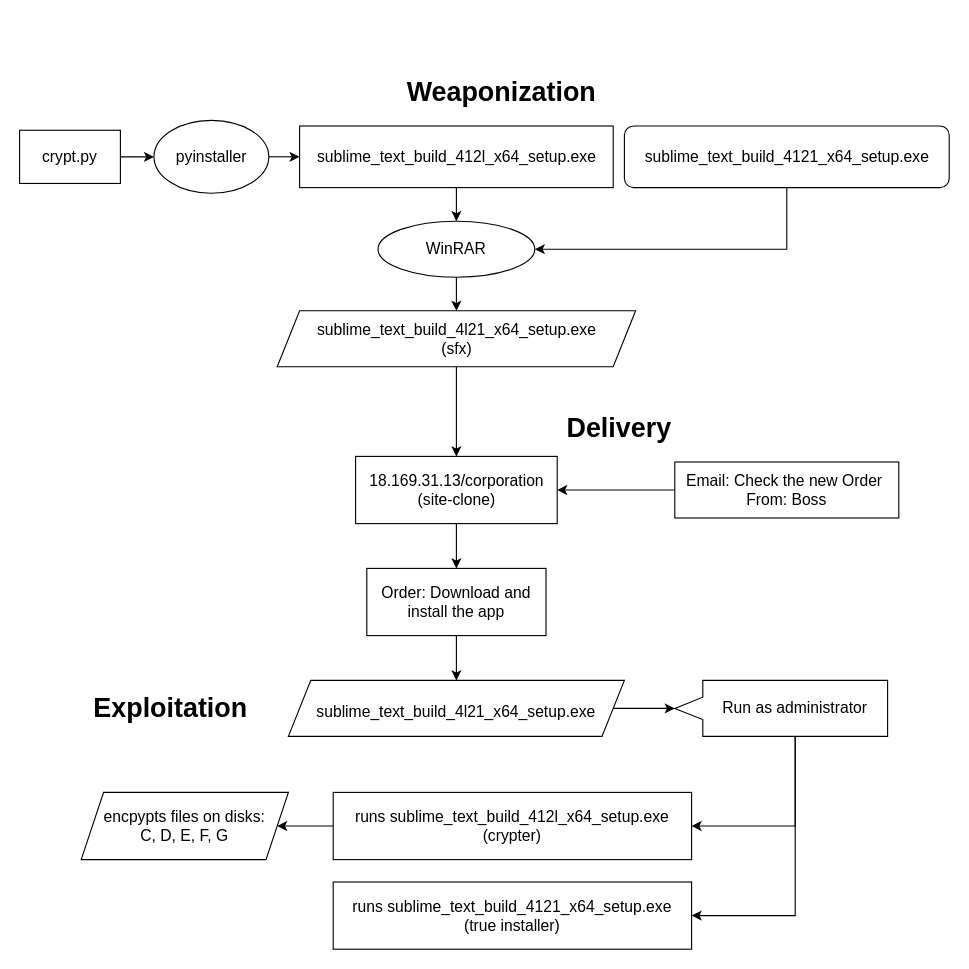
This is page "Page-2" (2 of 2) of attack_scheme/attack_scheme.drawio from KATEHOK/Project-practice, a draw.io file, before an edit. Source tidied: cells renumbered, new cells numbered last; positions are measured from the earlier drawing's top-left corner, leaving out a move shared by most shapes. Both pictures are drawn from the tidied source at 112%, with x=0, y=0 at pixel (19, 75).
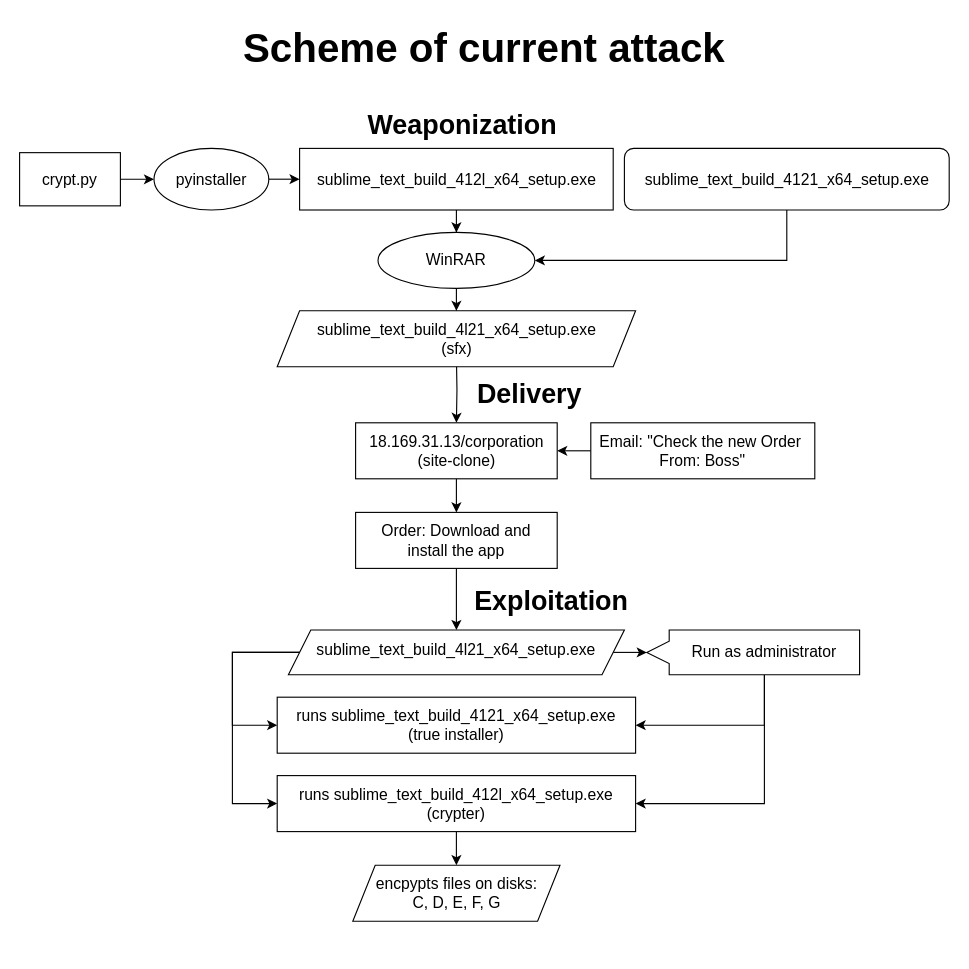
Above is the later version.

Unchanged cells that the change refers to:
```xml
<mxCell id="11" style="shape=parallelogram;perimeter=parallelogramPerimeter;whiteSpace=wrap;html=1;fixedSize=1;fontSize=14;align=left;" parent="1" vertex="1">
  <mxGeometry x="230" y="210" width="320" height="50" as="geometry" />
</mxCell>
```

What changed in the source:
```diff
@@
     <mxCell id="3" style="rounded=0;whiteSpace=wrap;html=1;fontSize=14;align=left;" parent="1" vertex="1">
-      <mxGeometry x="250" y="45" width="280" height="55" as="geometry" />
+      <mxGeometry x="250" y="65" width="280" height="55" as="geometry" />
     </mxCell>
     <mxCell id="4" value="sublime_text_build_412l_x64_setup.exe" style="text;html=1;align=center;verticalAlign=middle;fillColor=none;strokeColor=none;rounded=0;fontSize=14;" parent="1" vertex="1">
-      <mxGeometry x="260" y="62.5" width="260" height="20" as="geometry" />
+      <mxGeometry x="260" y="82.5" width="260" height="20" as="geometry" />
     </mxCell>
@@
     <mxCell id="6" style="rounded=1;whiteSpace=wrap;html=1;fontSize=14;align=left;" parent="1" vertex="1">
-      <mxGeometry x="540" y="45" width="290" height="55" as="geometry" />
+      <mxGeometry x="540" y="65" width="290" height="55" as="geometry" />
     </mxCell>
     <mxCell id="7" value="sublime_text_build_4121_x64_setup.exe" style="text;html=1;align=center;verticalAlign=middle;fillColor=none;strokeColor=none;rounded=0;fontSize=14;" parent="1" vertex="1">
-      <mxGeometry x="550" y="62.5" width="270" height="20" as="geometry" />
+      <mxGeometry x="550" y="82.5" width="270" height="20" as="geometry" />
     </mxCell>
@@
     <mxCell id="9" value="&lt;div style=&quot;text-align: center&quot;&gt;&lt;br&gt;&lt;/div&gt;&lt;div style=&quot;text-align: justify&quot;&gt;&lt;/div&gt;" style="ellipse;whiteSpace=wrap;html=1;fontSize=14;align=left;" parent="1" vertex="1">
-      <mxGeometry x="320" y="130" width="140" height="50" as="geometry" />
+      <mxGeometry x="320" y="140" width="140" height="50" as="geometry" />
     </mxCell>
-    <mxCell id="10" style="edgeStyle=orthogonalEdgeStyle;rounded=0;jettySize=auto;html=1;exitX=0.5;exitY=1;exitDx=0;exitDy=0;entryX=0.5;entryY=0;entryDx=0;entryDy=0;fontSize=14;" parent="1" edge="1" source="11" target="16">
-      <mxGeometry relative="1" as="geometry" />
+    <mxCell id="10" style="edgeStyle=orthogonalEdgeStyle;rounded=0;jettySize=auto;html=1;exitX=0.5;exitY=1;exitDx=0;exitDy=0;entryX=0.5;entryY=0;entryDx=0;entryDy=0;fontSize=14;" parent="1" edge="1" target="16">
+      <mxGeometry relative="1" as="geometry">
+        <mxPoint x="390" y="250" as="sourcePoint" />
+      </mxGeometry>
     </mxCell>
@@
     <mxCell id="13" value="&lt;b&gt;&lt;font style=&quot;font-size: 24px&quot;&gt;Weaponization&lt;/font&gt;&lt;/b&gt;" style="text;html=1;align=center;verticalAlign=middle;fillColor=none;strokeColor=none;rounded=0;fontSize=14;" parent="1" vertex="1">
-      <mxGeometry x="340" width="180" height="30" as="geometry" />
+      <mxGeometry x="305" y="30" width="180" height="30" as="geometry" />
     </mxCell>
     <mxCell id="14" value="&lt;font style=&quot;font-size: 24px&quot;&gt;&lt;b&gt;Delivery&lt;/b&gt;&lt;/font&gt;" style="text;html=1;align=center;verticalAlign=middle;fillColor=none;strokeColor=none;rounded=0;fontFamily=Helvetica;fontSize=14;" parent="1" vertex="1">
-      <mxGeometry x="480" y="300" width="110" height="30" as="geometry" />
+      <mxGeometry x="400" y="270" width="110" height="30" as="geometry" />
     </mxCell>
@@
     <mxCell id="16" style="rounded=0;whiteSpace=wrap;html=1;fontFamily=Helvetica;fontSize=24;align=left;" parent="1" vertex="1">
-      <mxGeometry x="300" y="340" width="180" height="60" as="geometry" />
+      <mxGeometry x="300" y="310" width="180" height="50" as="geometry" />
     </mxCell>
@@
-    <mxCell id="18" value="Email: Check the new Order&amp;nbsp;&lt;br&gt;From: Boss" style="rounded=0;whiteSpace=wrap;html=1;fontFamily=Helvetica;fontSize=14;align=center;" parent="1" vertex="1">
-      <mxGeometry x="585" y="345" width="200" height="50" as="geometry" />
+    <mxCell id="18" value="Email: &quot;Check the new Order&amp;nbsp;&lt;br&gt;From: Boss&quot;" style="rounded=0;whiteSpace=wrap;html=1;fontFamily=Helvetica;fontSize=14;align=center;" parent="1" vertex="1">
+      <mxGeometry x="510" y="310" width="200" height="50" as="geometry" />
     </mxCell>
     <mxCell id="19" value="18.169.31.13/corporation&lt;br&gt;(site-clone)" style="text;html=1;align=center;verticalAlign=middle;fillColor=none;strokeColor=none;rounded=0;fontFamily=Helvetica;fontSize=14;" parent="1" vertex="1">
-      <mxGeometry x="305" y="350" width="170" height="40" as="geometry" />
+      <mxGeometry x="305" y="315" width="170" height="40" as="geometry" />
     </mxCell>
@@
     <mxCell id="21" value="&lt;div&gt;&lt;span&gt;Order: Download and&lt;/span&gt;&lt;/div&gt;&lt;div&gt;&lt;span&gt;install the app&lt;/span&gt;&lt;/div&gt;" style="rounded=0;whiteSpace=wrap;html=1;fontFamily=Helvetica;fontSize=14;align=center;" parent="1" vertex="1">
-      <mxGeometry x="310" y="440" width="160" height="60" as="geometry" />
+      <mxGeometry x="300" y="390" width="180" height="50" as="geometry" />
     </mxCell>
@@
     <mxCell id="23" value="&lt;font style=&quot;font-size: 14px&quot;&gt;crypt.py&lt;/font&gt;" style="rounded=0;whiteSpace=wrap;html=1;" parent="1" vertex="1">
-      <mxGeometry y="48.8" width="90" height="47.5" as="geometry" />
+      <mxGeometry y="68.8" width="90" height="47.5" as="geometry" />
     </mxCell>
@@
     <mxCell id="25" value="pyinstaller" style="ellipse;whiteSpace=wrap;html=1;fontSize=14;" parent="1" vertex="1">
-      <mxGeometry x="120" y="40" width="102.5" height="65" as="geometry" />
+      <mxGeometry x="120" y="65" width="102.5" height="55" as="geometry" />
     </mxCell>
     <mxCell id="26" value="&lt;font style=&quot;font-size: 14px&quot;&gt;WinRAR&lt;/font&gt;" style="text;html=1;strokeColor=none;fillColor=none;align=center;verticalAlign=middle;whiteSpace=wrap;rounded=0;fontSize=14;" parent="1" vertex="1">
-      <mxGeometry x="360" y="140" width="60" height="30" as="geometry" />
+      <mxGeometry x="360" y="150" width="60" height="30" as="geometry" />
     </mxCell>
     <mxCell id="27" value="&lt;font style=&quot;font-size: 24px&quot;&gt;&lt;b&gt;Exploitation&lt;/b&gt;&lt;/font&gt;" style="text;html=1;strokeColor=none;fillColor=none;align=center;verticalAlign=middle;whiteSpace=wrap;rounded=0;fontSize=14;" parent="1" vertex="1">
-      <mxGeometry x="60" y="545" width="150" height="40" as="geometry" />
+      <mxGeometry x="400" y="450" width="150" height="40" as="geometry" />
     </mxCell>
+    <mxCell id="38" style="edgeStyle=orthogonalEdgeStyle;rounded=0;jettySize=auto;html=1;exitX=0;exitY=0.5;exitDx=0;exitDy=0;entryX=0;entryY=0.5;entryDx=0;entryDy=0;fontSize=14;" parent="1" edge="1" source="29" target="36">
+      <mxGeometry relative="1" as="geometry">
+        <Array as="points">
+          <mxPoint x="190" y="515" />
+          <mxPoint x="190" y="580" />
+        </Array>
+      </mxGeometry>
+    </mxCell>
+    <mxCell id="39" style="edgeStyle=orthogonalEdgeStyle;rounded=0;jettySize=auto;html=1;exitX=0;exitY=0.5;exitDx=0;exitDy=0;entryX=0;entryY=0.5;entryDx=0;entryDy=0;fontSize=14;" parent="1" edge="1" source="29" target="35">
+      <mxGeometry relative="1" as="geometry">
+        <Array as="points">
+          <mxPoint x="190" y="515" />
+          <mxPoint x="190" y="650" />
+        </Array>
+      </mxGeometry>
+    </mxCell>
-    <mxCell id="28" style="edgeStyle=orthogonalEdgeStyle;rounded=0;jettySize=auto;html=1;fontSize=14;entryX=0;entryY=0;entryDx=25;entryDy=190;entryPerimeter=0;" parent="1" edge="1" source="29" target="33">
-      <mxGeometry relative="1" as="geometry">
-        <Array as="points">
-          <mxPoint x="563" y="565" />
-          <mxPoint x="563" y="565" />
-        </Array>
-      </mxGeometry>
+    <mxCell id="28" style="edgeStyle=orthogonalEdgeStyle;rounded=0;jettySize=auto;html=1;exitX=1;exitY=0.5;exitDx=0;exitDy=0;entryX=0;entryY=0;entryDx=20;entryDy=190;entryPerimeter=0;fontSize=14;" parent="1" edge="1" source="29" target="33">
+      <mxGeometry relative="1" as="geometry" />
     </mxCell>
     <mxCell id="29" style="shape=parallelogram;perimeter=parallelogramPerimeter;whiteSpace=wrap;html=1;fixedSize=1;fontSize=24;align=center;" parent="1" vertex="1">
-      <mxGeometry x="240" y="540" width="300" height="50" as="geometry" />
+      <mxGeometry x="240" y="495" width="300" height="40" as="geometry" />
     </mxCell>
     <mxCell id="30" value="&lt;span style=&quot;font-size: 14px&quot;&gt;sublime_text_build_4l21_x64_setup.exe&lt;/span&gt;" style="text;html=1;strokeColor=none;fillColor=none;align=center;verticalAlign=middle;whiteSpace=wrap;rounded=0;fontSize=24;" parent="1" vertex="1">
-      <mxGeometry x="255" y="550" width="270" height="30" as="geometry" />
+      <mxGeometry x="255" y="495" width="270" height="30" as="geometry" />
     </mxCell>
+    <mxCell id="32" style="edgeStyle=orthogonalEdgeStyle;rounded=0;jettySize=auto;html=1;exitX=0;exitY=0;exitDx=40;exitDy=85;exitPerimeter=0;entryX=1;entryY=0.5;entryDx=0;entryDy=0;fontSize=14;" parent="1" edge="1" source="33" target="36">
+      <mxGeometry relative="1" as="geometry" />
+    </mxCell>
-    <mxCell id="31" style="edgeStyle=orthogonalEdgeStyle;rounded=0;jettySize=auto;html=1;exitX=0;exitY=0;exitDx=50;exitDy=82.5;exitPerimeter=0;entryX=1;entryY=0.5;entryDx=0;entryDy=0;fontSize=14;" parent="1" edge="1" source="33" target="35">
+    <mxCell id="31" style="edgeStyle=orthogonalEdgeStyle;rounded=0;jettySize=auto;html=1;exitX=0;exitY=0;exitDx=40;exitDy=85;exitPerimeter=0;entryX=1;entryY=0.5;entryDx=0;entryDy=0;fontSize=14;" parent="1" edge="1" source="33" target="35">
       <mxGeometry relative="1" as="geometry" />
     </mxCell>
-    <mxCell id="32" style="edgeStyle=orthogonalEdgeStyle;rounded=0;jettySize=auto;html=1;exitX=0;exitY=0;exitDx=50;exitDy=82.5;exitPerimeter=0;entryX=1;entryY=0.5;entryDx=0;entryDy=0;fontSize=14;" parent="1" edge="1" source="33" target="36">
-      <mxGeometry relative="1" as="geometry" />
-    </mxCell>
-    <mxCell id="33" value="Run as administrator" style="shape=callout;whiteSpace=wrap;html=1;perimeter=calloutPerimeter;fontSize=14;align=center;position2=0.5;size=25;position=0.3;base=20;direction=south;" parent="1" vertex="1">
-      <mxGeometry x="585" y="540" width="190" height="50" as="geometry" />
+    <mxCell id="33" value="Run as administrator" style="shape=callout;whiteSpace=wrap;html=1;perimeter=calloutPerimeter;fontSize=14;align=center;position2=0.5;size=20;position=0.25;base=20;direction=south;" parent="1" vertex="1">
+      <mxGeometry x="560" y="495" width="190" height="40" as="geometry" />
     </mxCell>
-    <mxCell id="34" style="edgeStyle=orthogonalEdgeStyle;rounded=0;jettySize=auto;html=1;exitX=0;exitY=0.5;exitDx=0;exitDy=0;fontSize=14;" parent="1" edge="1" source="35" target="37">
+    <mxCell id="34" style="edgeStyle=orthogonalEdgeStyle;rounded=0;jettySize=auto;html=1;exitX=0.5;exitY=1;exitDx=0;exitDy=0;entryX=0.5;entryY=0;entryDx=0;entryDy=0;fontSize=14;" parent="1" edge="1" source="35" target="37">
       <mxGeometry relative="1" as="geometry" />
     </mxCell>
     <mxCell id="35" value="runs&amp;nbsp;&lt;span&gt;sublime_text_build_412l_x64_setup.exe&lt;br&gt;(crypter)&lt;br&gt;&lt;/span&gt;" style="rounded=0;whiteSpace=wrap;html=1;fontSize=14;align=center;" parent="1" vertex="1">
-      <mxGeometry x="280" y="640" width="320" height="60" as="geometry" />
+      <mxGeometry x="230" y="625" width="320" height="50" as="geometry" />
     </mxCell>
     <mxCell id="36" value="runs&amp;nbsp;&lt;span&gt;sublime_text_build_4121_x64_setup.exe&lt;br&gt;(true installer)&lt;br&gt;&lt;/span&gt;" style="rounded=0;whiteSpace=wrap;html=1;fontSize=14;align=center;" parent="1" vertex="1">
-      <mxGeometry x="280" y="720" width="320" height="60" as="geometry" />
+      <mxGeometry x="230" y="555" width="320" height="50" as="geometry" />
     </mxCell>
     <mxCell id="37" value="encpypts files on disks:&lt;br&gt;C, D, E, F, G" style="shape=parallelogram;perimeter=parallelogramPerimeter;whiteSpace=wrap;html=1;fixedSize=1;fontSize=14;align=center;" parent="1" vertex="1">
-      <mxGeometry x="55" y="640" width="185" height="60" as="geometry" />
+      <mxGeometry x="297.5" y="705" width="185" height="50" as="geometry" />
     </mxCell>
+    <mxCell id="40" value="&lt;font style=&quot;font-size: 36px&quot;&gt;&lt;b&gt;Scheme of current attack&lt;/b&gt;&lt;/font&gt;" style="text;html=1;strokeColor=none;fillColor=none;align=center;verticalAlign=middle;whiteSpace=wrap;rounded=0;fontSize=14;" parent="1" vertex="1">
+      <mxGeometry x="190" y="-50" width="450" height="50" as="geometry" />
+    </mxCell>
```
